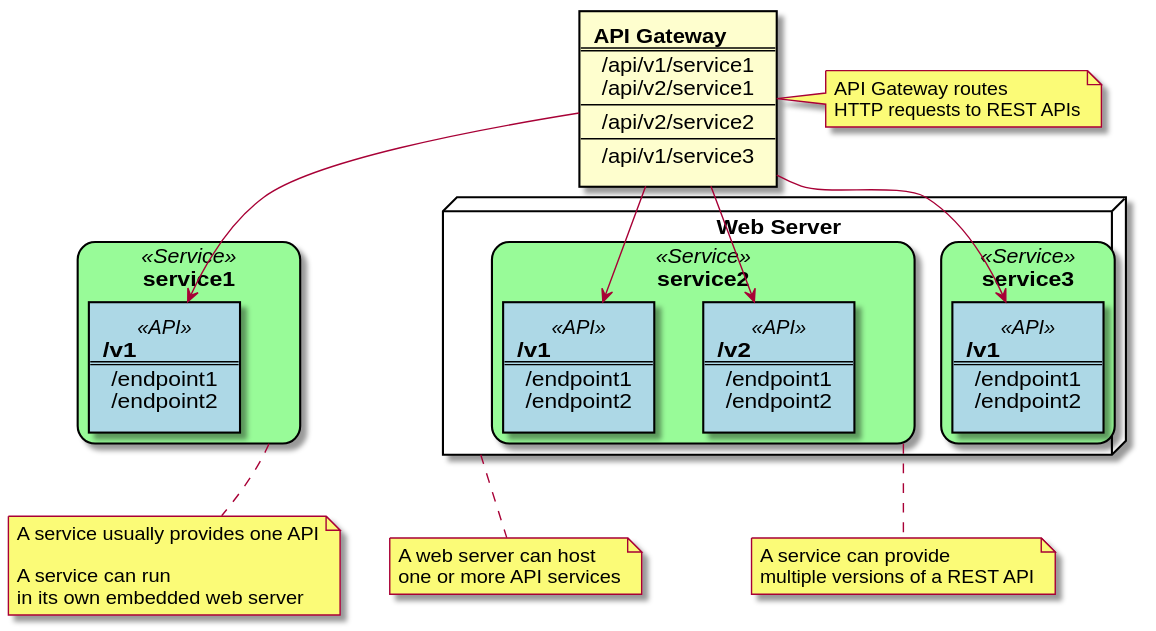
Earlier version of the PlantUML export docs/user-guide/api-mediation/diagrams/rest-api-components.svg (zowe/docs-site).
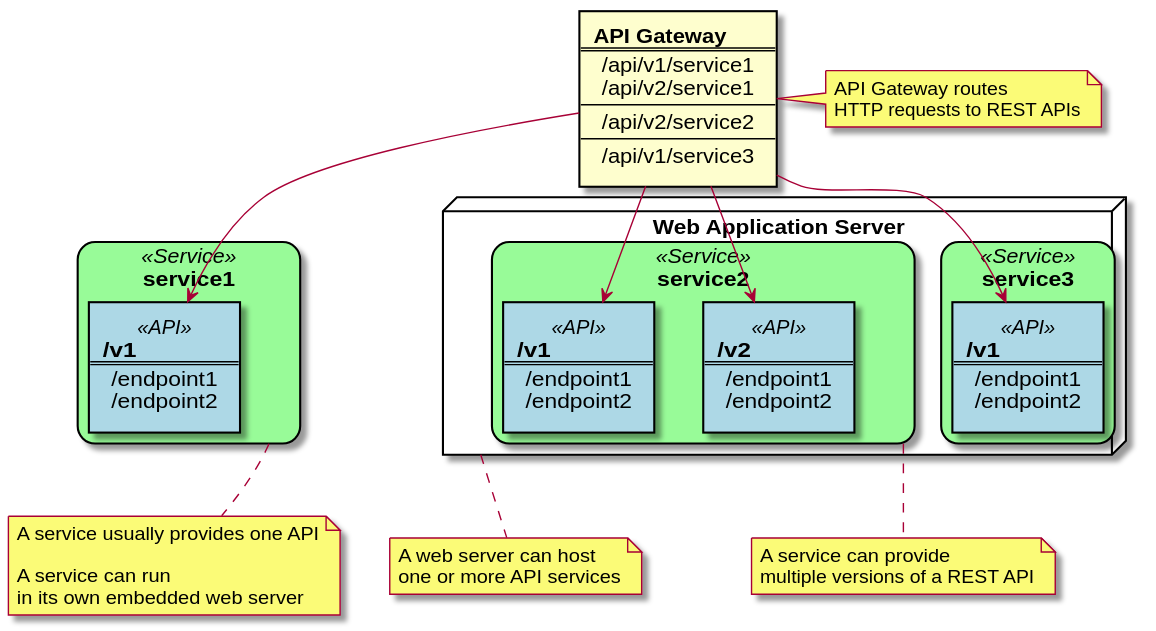
Later version of the same file.

Diff of the diagram source:
```diff
@@ -25,7 +25,7 @@
     ]
 }
 
-node "Web Server" as server {
+node "Web Application Server" as server {
     rectangle service3 <<Service>> {
         rectangle api3v1 <<API>> [
         <b>/v1</b>
```
